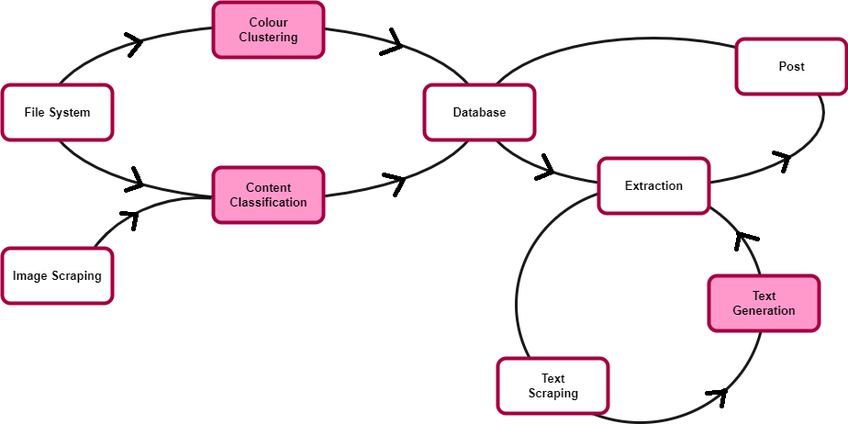
kokostino/kokostino.github.io keeps this draw.io diagram as images/pipe.png. Above is the earlier version. Source tidied: cells renumbered, new cells last; positions are measured from the earlier drawing's top-left corner, leaving out a move shared by most shapes.
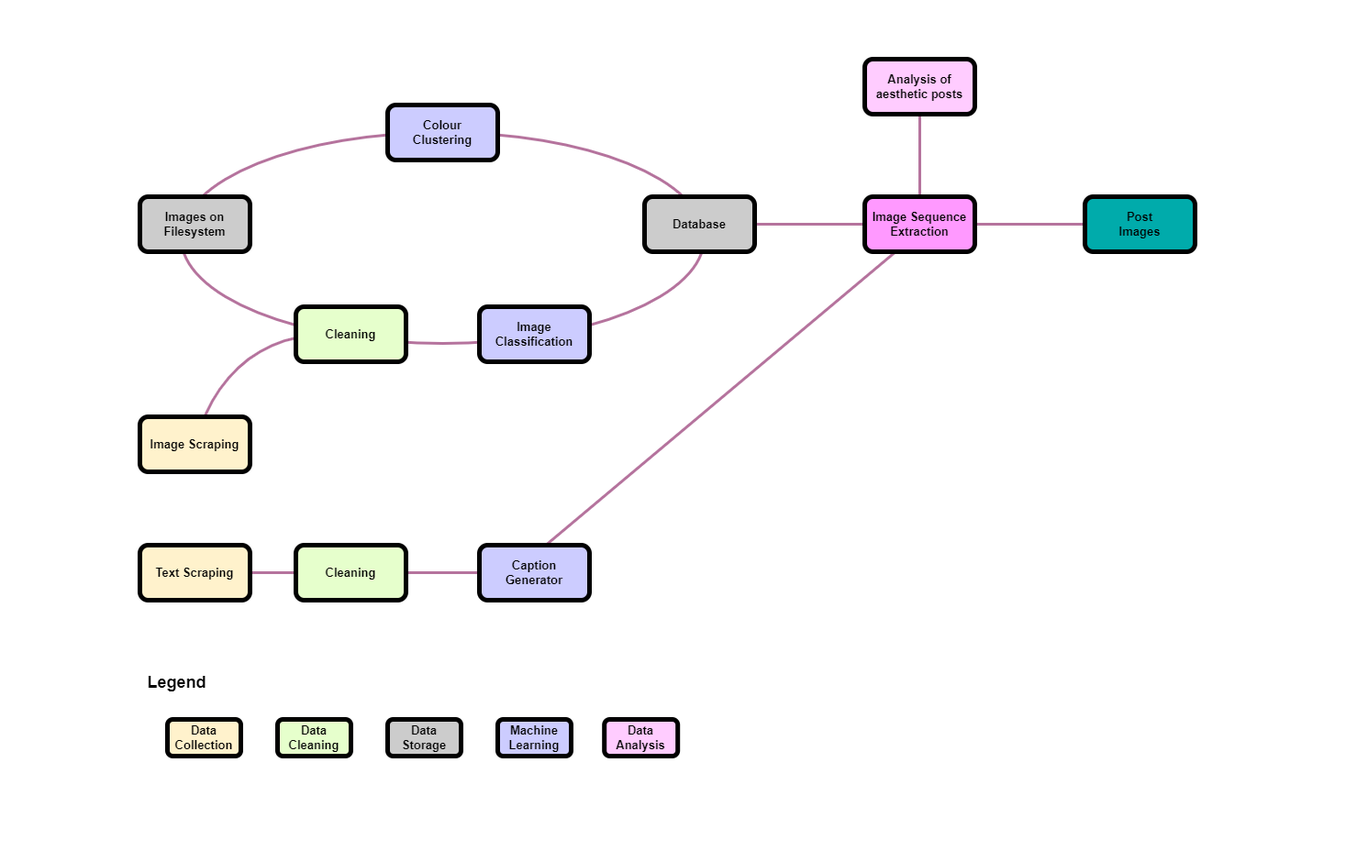
The same diagram one commit later.

Diff of the diagram source:
```diff
@@ -2,71 +2,77 @@
   <root>
     <mxCell id="0" />
     <mxCell id="1" parent="0" />
-    <mxCell id="2" style="verticalLabelPosition=bottom;verticalAlign=top;html=1;shape=mxgraph.basic.arc;startAngle=0.8198137638692037;endAngle=0.07054419958102937;strokeWidth=3;fillColor=#000000;opacity=90;rotation=-15;" parent="1" vertex="1">
-      <mxGeometry x="80" y="215" width="240" height="186" as="geometry" />
-    </mxCell>
-    <mxCell id="3" style="ellipse;whiteSpace=wrap;html=1;fillColor=none;opacity=90;strokeWidth=3;" parent="1" vertex="1">
-      <mxGeometry x="560" y="201" width="270" height="257" as="geometry" />
-    </mxCell>
-    <mxCell id="4" style="ellipse;whiteSpace=wrap;html=1;fillColor=none;opacity=90;strokeWidth=3;" parent="1" vertex="1">
-      <mxGeometry x="525" y="39" width="370" height="162" as="geometry" />
-    </mxCell>
-    <mxCell id="5" style="ellipse;whiteSpace=wrap;html=1;fillColor=none;opacity=90;fillOpacity=100;strokeWidth=3;" parent="1" vertex="1">
-      <mxGeometry x="50" y="25" width="470" height="190" as="geometry" />
-    </mxCell>
-    <mxCell id="6" style="rounded=1;whiteSpace=wrap;html=1;strokeWidth=4;fillColor=#FF99CC;fontColor=#ffffff;strokeColor=#A50040;" parent="1" vertex="1">
-      <mxGeometry x="230" width="120" height="60" as="geometry" />
-    </mxCell>
+    <mxCell id="24" style="line;strokeWidth=3;html=1;perimeter=backbonePerimeter;fillColor=none;strokeColor=#B5739D;direction=south;" parent="1" vertex="1">
+      <mxGeometry x="845" y="-142" width="10" height="110" as="geometry" />
+    </mxCell>
+    <mxCell id="25" style="line;strokeWidth=3;html=1;perimeter=backbonePerimeter;fillColor=none;strokeColor=#B5739D;" parent="1" vertex="1">
+      <mxGeometry x="110" y="363" width="290" height="10" as="geometry" />
+    </mxCell>
+    <mxCell id="26" style="line;strokeWidth=3;html=1;perimeter=backbonePerimeter;fillColor=none;strokeColor=#B5739D;direction=south;rotation=50;" parent="1" vertex="1">
+      <mxGeometry x="640" y="-112" width="10" height="560" as="geometry" />
+    </mxCell>
+    <mxCell id="27" style="line;strokeWidth=3;html=1;perimeter=backbonePerimeter;fillColor=none;strokeColor=#B5739D;" parent="1" vertex="1">
+      <mxGeometry x="670" y="-17" width="360" height="10" as="geometry" />
+    </mxCell>
+    <mxCell id="28" style="verticalLabelPosition=bottom;verticalAlign=top;html=1;shape=mxgraph.basic.arc;startAngle=0.815970818035741;endAngle=0.009537862117918117;strokeColor=#B5739D;strokeWidth=3;fillColor=none;direction=east;rotation=-15;" parent="1" vertex="1">
+      <mxGeometry x="60" y="108" width="290" height="320" as="geometry" />
+    </mxCell>
+    <mxCell id="29" style="ellipse;whiteSpace=wrap;html=1;strokeColor=#B5739D;strokeWidth=3;fillColor=none;" parent="1" vertex="1">
+      <mxGeometry x="45" y="-112" width="570" height="230" as="geometry" />
+    </mxCell>
+    <mxCell id="30" value="&lt;b style=&quot;font-size: 13px&quot;&gt;Images on&lt;br&gt;Filesystem&lt;/b&gt;" style="rounded=1;whiteSpace=wrap;html=1;strokeWidth=5;strokeColor=#000000;fillColor=#CCCCCC;" parent="1" vertex="1">
+      <mxGeometry y="-42" width="120" height="60" as="geometry" />
+    </mxCell>
+    <mxCell id="31" value="&lt;b&gt;&lt;font style=&quot;font-size: 13px&quot;&gt;Cleaning&lt;/font&gt;&lt;/b&gt;" style="rounded=1;whiteSpace=wrap;html=1;strokeWidth=5;strokeColor=#000000;fillColor=#E6FFCC;" parent="1" vertex="1">
+      <mxGeometry x="170" y="78" width="120" height="60" as="geometry" />
+    </mxCell>
+    <mxCell id="32" value="Cleaning" style="rounded=1;whiteSpace=wrap;html=1;strokeWidth=5;strokeColor=#000000;fillColor=#E6FFCC;fontStyle=1;fontSize=13;" parent="1" vertex="1">
+      <mxGeometry x="170" y="338" width="120" height="60" as="geometry" />
+    </mxCell>
+    <mxCell id="21" value="Text Scraping" style="rounded=1;whiteSpace=wrap;html=1;strokeWidth=5;strokeColor=#000000;fillColor=#FFF2CC;fontStyle=1;fontSize=13;" parent="1" vertex="1">
+      <mxGeometry y="338" width="120" height="60" as="geometry" />
+    </mxCell>
+    <mxCell id="33" value="Caption&lt;br&gt;Generator" style="rounded=1;whiteSpace=wrap;html=1;strokeWidth=5;strokeColor=#000000;fillColor=#CCCCFF;fontStyle=1;fontSize=13;" parent="1" vertex="1">
+      <mxGeometry x="370" y="338" width="120" height="60" as="geometry" />
+    </mxCell>
+    <mxCell id="12" value="Database" style="rounded=1;whiteSpace=wrap;html=1;strokeWidth=5;strokeColor=#000000;fillColor=#CCCCCC;fontSize=13;fontStyle=1;" parent="1" vertex="1">
+      <mxGeometry x="550" y="-42" width="120" height="60" as="geometry" />
+    </mxCell>
+    <mxCell id="19" value="&lt;b&gt;&lt;font style=&quot;font-size: 13px&quot;&gt;Image Scraping&lt;/font&gt;&lt;/b&gt;" style="rounded=1;whiteSpace=wrap;html=1;strokeWidth=5;strokeColor=#000000;fillColor=#FFF2CC;" parent="1" vertex="1">
+      <mxGeometry y="198" width="120" height="60" as="geometry" />
+    </mxCell>
-    <mxCell id="7" value="Colour&lt;br style=&quot;font-size: 13px&quot;&gt;Clustering" style="text;html=1;align=center;verticalAlign=middle;fillColor=none;strokeColor=none;rounded=0;strokeWidth=6;fontSize=13;fontStyle=1;" parent="1" vertex="1">
-      <mxGeometry x="250" y="10" width="80" height="40" as="geometry" />
+    <mxCell id="7" value="Colour&lt;br&gt;Clustering" style="rounded=1;whiteSpace=wrap;html=1;strokeWidth=5;strokeColor=#000000;fillColor=#CCCCFF;fontSize=13;fontStyle=1;" parent="1" vertex="1">
+      <mxGeometry x="270" y="-142" width="120" height="60" as="geometry" />
     </mxCell>
-    <mxCell id="8" style="rounded=1;whiteSpace=wrap;html=1;strokeWidth=4;fillColor=#FF99CC;fontColor=#ffffff;strokeColor=#A50040;" parent="1" vertex="1">
-      <mxGeometry x="230" y="180" width="120" height="60" as="geometry" />
-    </mxCell>
-    <mxCell id="9" style="rounded=1;whiteSpace=wrap;html=1;strokeWidth=4;fillColor=default;fontColor=#ffffff;strokeColor=#A50040;" parent="1" vertex="1">
-      <mxGeometry y="90" width="120" height="60" as="geometry" />
-    </mxCell>
-    <mxCell id="10" style="rounded=1;whiteSpace=wrap;html=1;strokeWidth=4;fillColor=default;fontColor=#ffffff;strokeColor=#A50040;" parent="1" vertex="1">
-      <mxGeometry x="460" y="90" width="120" height="60" as="geometry" />
-    </mxCell>
-    <mxCell id="11" value="Content&lt;br&gt;Classification" style="text;html=1;align=center;verticalAlign=middle;fillColor=none;strokeColor=none;rounded=0;strokeWidth=6;fontSize=13;fontStyle=1;" parent="1" vertex="1">
-      <mxGeometry x="240" y="190" width="100" height="40" as="geometry" />
-    </mxCell>
-    <mxCell id="12" value="Database" style="text;html=1;align=center;verticalAlign=middle;fillColor=none;strokeColor=none;rounded=0;strokeWidth=6;fontSize=13;fontStyle=1;" parent="1" vertex="1">
-      <mxGeometry x="485" y="110" width="70" height="20" as="geometry" />
-    </mxCell>
-    <mxCell id="13" value="File System" style="text;html=1;align=center;verticalAlign=middle;fillColor=none;strokeColor=none;rounded=0;strokeWidth=6;fontSize=13;fontStyle=1;" parent="1" vertex="1">
-      <mxGeometry x="15" y="110" width="90" height="20" as="geometry" />
-    </mxCell>
-    <mxCell id="14" style="rounded=1;whiteSpace=wrap;html=1;strokeWidth=4;fillColor=default;fontColor=#ffffff;strokeColor=#A50040;" parent="1" vertex="1">
-      <mxGeometry x="650" y="170" width="120" height="60" as="geometry" />
-    </mxCell>
-    <mxCell id="15" style="rounded=1;whiteSpace=wrap;html=1;strokeWidth=4;fillColor=default;fontColor=#ffffff;strokeColor=#A50040;" parent="1" vertex="1">
-      <mxGeometry x="800" y="40" width="120" height="60" as="geometry" />
-    </mxCell>
-    <mxCell id="16" style="rounded=1;whiteSpace=wrap;html=1;strokeWidth=4;fillColor=#FF99CC;fontColor=#ffffff;strokeColor=#A50040;" parent="1" vertex="1">
-      <mxGeometry x="770" y="298" width="120" height="60" as="geometry" />
-    </mxCell>
-    <mxCell id="17" value="Text&lt;br&gt;Generation" style="text;html=1;align=center;verticalAlign=middle;fillColor=none;strokeColor=none;rounded=0;strokeWidth=6;fontSize=13;fontStyle=1;" parent="1" vertex="1">
-      <mxGeometry x="790" y="308" width="80" height="40" as="geometry" />
-    </mxCell>
-    <mxCell id="18" style="rounded=1;whiteSpace=wrap;html=1;strokeWidth=4;fillColor=default;fontColor=#ffffff;strokeColor=#A50040;" parent="1" vertex="1">
-      <mxGeometry y="268" width="120" height="60" as="geometry" />
-    </mxCell>
-    <mxCell id="19" value="Image Scraping" style="text;html=1;align=center;verticalAlign=middle;fillColor=none;strokeColor=none;rounded=0;strokeWidth=6;fontSize=13;fontStyle=1;" parent="1" vertex="1">
-      <mxGeometry x="5" y="288" width="110" height="20" as="geometry" />
-    </mxCell>
-    <mxCell id="20" style="rounded=1;whiteSpace=wrap;html=1;strokeWidth=4;fillColor=default;fontColor=#ffffff;strokeColor=#A50040;" parent="1" vertex="1">
-      <mxGeometry x="540" y="388" width="120" height="60" as="geometry" />
-    </mxCell>
-    <mxCell id="21" value="Text&lt;br&gt;Scraping" style="text;html=1;align=center;verticalAlign=middle;fillColor=none;strokeColor=none;rounded=0;strokeWidth=6;fontSize=13;fontStyle=1;" parent="1" vertex="1">
-      <mxGeometry x="565" y="398" width="70" height="40" as="geometry" />
-    </mxCell>
-    <mxCell id="22" value="Extraction" style="text;html=1;align=center;verticalAlign=middle;fillColor=none;strokeColor=none;rounded=0;strokeWidth=6;fontSize=13;fontStyle=1;" parent="1" vertex="1">
-      <mxGeometry x="670" y="190" width="80" height="20" as="geometry" />
-    </mxCell>
-    <mxCell id="23" value="Post" style="text;html=1;align=center;verticalAlign=middle;fillColor=none;strokeColor=none;rounded=0;strokeWidth=6;fontSize=13;fontStyle=1;" parent="1" vertex="1">
-      <mxGeometry x="840" y="60" width="40" height="20" as="geometry" />
-    </mxCell>
+    <mxCell id="34" value="Image Classification" style="rounded=1;whiteSpace=wrap;html=1;strokeWidth=5;strokeColor=#000000;fillColor=#CCCCFF;fontStyle=1;fontSize=13;" parent="1" vertex="1">
+      <mxGeometry x="370" y="78" width="120" height="60" as="geometry" />
+    </mxCell>
+    <mxCell id="35" value="Image Sequence&lt;br&gt;Extraction" style="rounded=1;whiteSpace=wrap;html=1;strokeWidth=5;strokeColor=#000000;fillColor=#FF99FF;fontSize=13;fontStyle=1;" parent="1" vertex="1">
+      <mxGeometry x="790" y="-42" width="120" height="60" as="geometry" />
+    </mxCell>
+    <mxCell id="36" value="Post&lt;br&gt;Images" style="rounded=1;whiteSpace=wrap;html=1;strokeWidth=5;strokeColor=#000000;fontStyle=1;fontSize=13;fillColor=#00ABAB;" parent="1" vertex="1">
+      <mxGeometry x="1030" y="-42" width="120" height="60" as="geometry" />
+    </mxCell>
+    <mxCell id="37" value="Analysis of&lt;br&gt;aesthetic posts" style="rounded=1;whiteSpace=wrap;html=1;strokeWidth=5;strokeColor=#000000;fillColor=#FFCCFF;fontSize=13;fontStyle=1;" parent="1" vertex="1">
+      <mxGeometry x="790" y="-192" width="120" height="60" as="geometry" />
+    </mxCell>
+    <mxCell id="38" value="Data Collection" style="rounded=1;whiteSpace=wrap;html=1;strokeWidth=5;strokeColor=#000000;fillColor=#FFF2CC;fontStyle=1;fontSize=13;" parent="1" vertex="1">
+      <mxGeometry x="30" y="528" width="80" height="40" as="geometry" />
+    </mxCell>
+    <mxCell id="39" value="Data Cleaning" style="rounded=1;whiteSpace=wrap;html=1;strokeWidth=5;strokeColor=#000000;fillColor=#E6FFCC;fontStyle=1;fontSize=13;" parent="1" vertex="1">
+      <mxGeometry x="150" y="528" width="80" height="40" as="geometry" />
+    </mxCell>
+    <mxCell id="40" value="Machine&lt;br&gt;Learning" style="rounded=1;whiteSpace=wrap;html=1;strokeWidth=5;strokeColor=#000000;fillColor=#CCCCFF;fontStyle=1;fontSize=13;" parent="1" vertex="1">
+      <mxGeometry x="390" y="528" width="80" height="40" as="geometry" />
+    </mxCell>
+    <mxCell id="41" value="Data Storage" style="rounded=1;whiteSpace=wrap;html=1;strokeWidth=5;strokeColor=#000000;fillColor=#CCCCCC;fontStyle=1;fontSize=13;" parent="1" vertex="1">
+      <mxGeometry x="270" y="528" width="80" height="40" as="geometry" />
+    </mxCell>
+    <mxCell id="42" value="Data&lt;br&gt;Analysis" style="rounded=1;whiteSpace=wrap;html=1;strokeWidth=5;strokeColor=#000000;fillColor=#FFCCFF;fontStyle=1;fontSize=13;" parent="1" vertex="1">
+      <mxGeometry x="506.2" y="528" width="80" height="40" as="geometry" />
+    </mxCell>
+    <mxCell id="43" value="&lt;b&gt;&lt;font style=&quot;font-size: 18px&quot;&gt;Legend&lt;/font&gt;&lt;/b&gt;" style="text;html=1;align=center;verticalAlign=middle;fillColor=none;strokeColor=none;rounded=0;fontSize=13;" parent="1" vertex="1">
+      <mxGeometry y="478" width="80" height="20" as="geometry" />
+    </mxCell>
   </root>
 </mxGraphModel>
```
